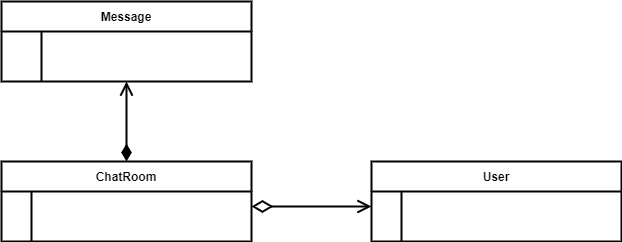
This is lab/img/lab1_objects_diagram.png from Aikmiros/Dotnet-labs, a draw.io export, as it was before one commit. Source tidied: cells renumbered, new cells last; positions are measured from the earlier drawing's top-left corner, leaving out a move shared by most shapes.
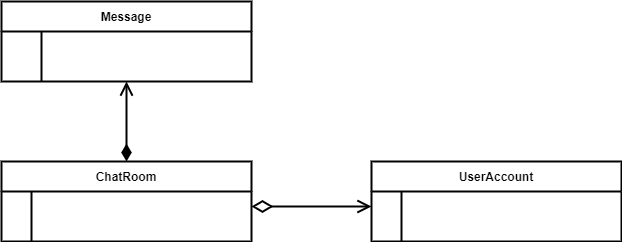
After the commit.

Commit message:
fixed objects diagram

Change to the diagram source:
```diff
@@ -14,7 +14,7 @@
     <mxCell id="5" style="shape=partialRectangle;overflow=hidden;fillColor=none;top=0;left=0;bottom=0;right=0;align=left;spacingLeft=6;" parent="3" vertex="1">
       <mxGeometry x="40" width="210" height="40" as="geometry" />
     </mxCell>
-    <mxCell id="6" value="User" style="shape=table;startSize=30;rowLines=0;fontStyle=1;align=center;strokeWidth=2;" parent="1" vertex="1">
+    <mxCell id="6" value="UserAccount" style="shape=table;startSize=30;rowLines=0;fontStyle=1;align=center;strokeWidth=2;" parent="1" vertex="1">
       <mxGeometry x="370" y="160" width="250" height="80" as="geometry" />
     </mxCell>
     <mxCell id="7" style="shape=partialRectangle;fillColor=none;points=[[0,0.5],[1,0.5]];portConstraint=eastwest;top=0;left=0;right=0;bottom=0;" parent="6" vertex="1">
```
